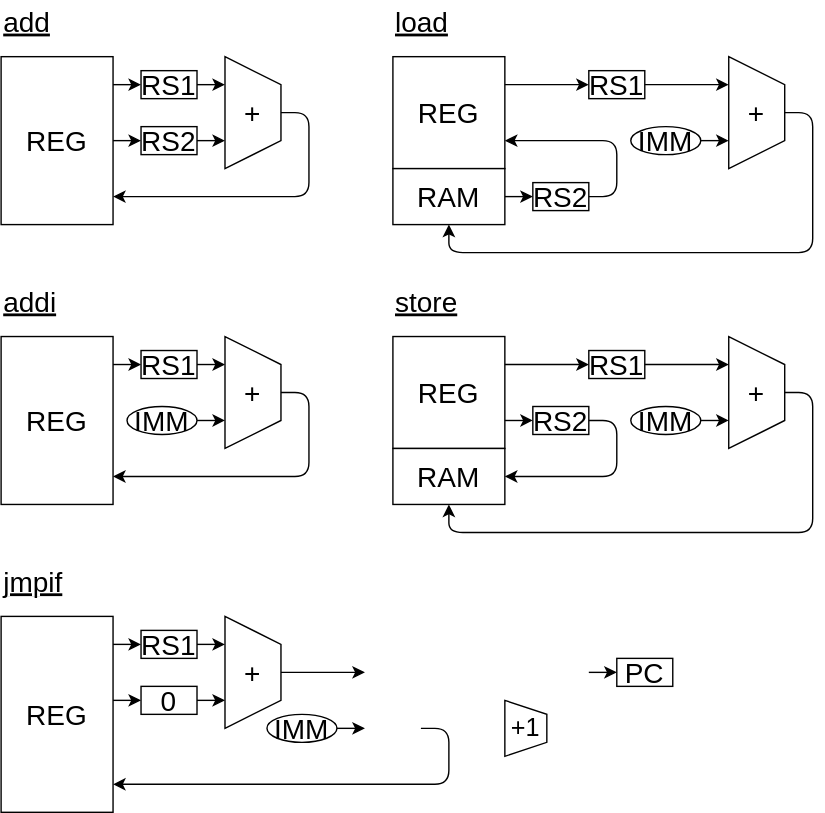
Before: Lab/Computer/RK16/01_Architecture/img/data_path.dio.svg, a diagram exported from draw.io (amane-uehara/kanade-k-1228.github.io). Source tidied: cells renumbered, new cells last; positions are measured from the earlier drawing's top-left corner, leaving out a move shared by most shapes.
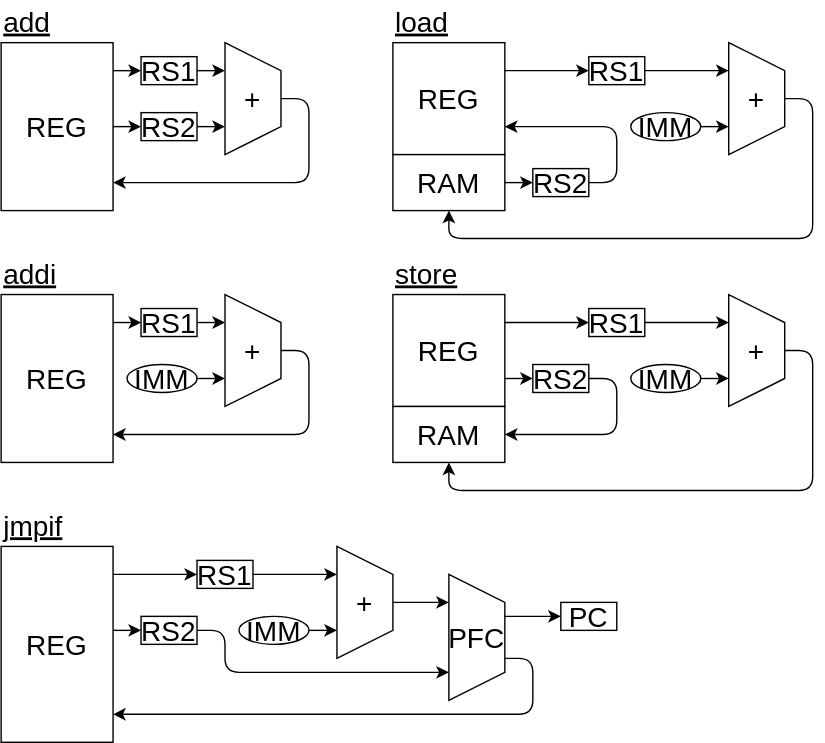
Above is the later version.

Change to the diagram source:
```diff
@@ -3,7 +3,7 @@
     <mxCell id="0" />
     <mxCell id="1" parent="0" />
     <mxCell id="2" value="add" style="text;html=1;strokeColor=none;fillColor=none;align=left;verticalAlign=middle;whiteSpace=wrap;rounded=0;fontSize=20;fontStyle=4;" parent="1" vertex="1">
-      <mxGeometry width="80" height="30" as="geometry" />
+      <mxGeometry y="10" width="80" height="30" as="geometry" />
     </mxCell>
     <mxCell id="3" value="REG" style="rounded=0;whiteSpace=wrap;html=1;fontSize=20;" parent="1" vertex="1">
       <mxGeometry y="40" width="80" height="120" as="geometry" />
@@ -22,13 +22,13 @@
       </mxGeometry>
     </mxCell>
     <mxCell id="6" value="addi" style="text;html=1;strokeColor=none;fillColor=none;align=left;verticalAlign=middle;whiteSpace=wrap;rounded=0;fontSize=20;fontStyle=4;" parent="1" vertex="1">
-      <mxGeometry y="200" width="80" height="30" as="geometry" />
+      <mxGeometry y="190" width="80" height="30" as="geometry" />
     </mxCell>
     <mxCell id="7" value="REG" style="rounded=0;whiteSpace=wrap;html=1;fontSize=20;" parent="1" vertex="1">
-      <mxGeometry y="240" width="80" height="120" as="geometry" />
+      <mxGeometry y="220" width="80" height="120" as="geometry" />
     </mxCell>
     <mxCell id="8" value="load" style="text;html=1;strokeColor=none;fillColor=none;align=left;verticalAlign=middle;whiteSpace=wrap;rounded=0;fontSize=20;fontStyle=4;" parent="1" vertex="1">
-      <mxGeometry x="280" width="80" height="30" as="geometry" />
+      <mxGeometry x="280" y="10" width="80" height="30" as="geometry" />
     </mxCell>
     <mxCell id="9" value="REG" style="rounded=0;whiteSpace=wrap;html=1;fontSize=20;" parent="1" vertex="1">
       <mxGeometry x="280" y="40" width="80" height="80" as="geometry" />
@@ -53,45 +53,30 @@
       <mxGeometry x="280" y="120" width="80" height="40" as="geometry" />
     </mxCell>
     <mxCell id="13" value="store" style="text;html=1;strokeColor=none;fillColor=none;align=left;verticalAlign=middle;whiteSpace=wrap;rounded=0;fontSize=20;fontStyle=4;" parent="1" vertex="1">
-      <mxGeometry x="280" y="200" width="80" height="30" as="geometry" />
+      <mxGeometry x="280" y="190" width="80" height="30" as="geometry" />
     </mxCell>
     <mxCell id="14" value="jmpif" style="text;html=1;strokeColor=none;fillColor=none;align=left;verticalAlign=middle;whiteSpace=wrap;rounded=0;fontSize=20;fontStyle=4;" parent="1" vertex="1">
-      <mxGeometry y="400" width="120" height="30" as="geometry" />
+      <mxGeometry y="370" width="80" height="30" as="geometry" />
     </mxCell>
     <mxCell id="15" value="REG" style="rounded=0;whiteSpace=wrap;html=1;fontSize=20;" parent="1" vertex="1">
-      <mxGeometry y="440" width="80" height="140" as="geometry" />
+      <mxGeometry y="400" width="80" height="140" as="geometry" />
     </mxCell>
-    <mxCell id="16" value="+1" style="shape=trapezoid;perimeter=trapezoidPerimeter;whiteSpace=wrap;html=1;fixedSize=1;fontSize=18;direction=south;size=10;" parent="1" vertex="1">
-      <mxGeometry x="360" y="500" width="30" height="40" as="geometry" />
-    </mxCell>
     <mxCell id="17" style="endArrow=classic;html=1;fontSize=20;" parent="1" edge="1">
       <mxGeometry relative="1" as="geometry">
-        <mxPoint x="200" y="480" as="sourcePoint" />
-        <mxPoint x="260" y="480" as="targetPoint" />
+        <mxPoint x="280" y="440" as="sourcePoint" />
+        <mxPoint x="320" y="440" as="targetPoint" />
       </mxGeometry>
     </mxCell>
-    <mxCell id="18" style="endArrow=classic;html=1;fontSize=20;" parent="1" edge="1">
-      <mxGeometry relative="1" as="geometry">
-        <mxPoint x="240" y="520" as="sourcePoint" />
-        <mxPoint x="260" y="520" as="targetPoint" />
-      </mxGeometry>
-    </mxCell>
-    <mxCell id="19" style="endArrow=classic;html=1;fontSize=20;" parent="1" edge="1">
-      <mxGeometry relative="1" as="geometry">
-        <mxPoint x="420" y="480" as="sourcePoint" />
-        <mxPoint x="440" y="480" as="targetPoint" />
-      </mxGeometry>
-    </mxCell>
     <mxCell id="20" value="PC" style="rounded=0;whiteSpace=wrap;html=1;fontSize=20;" parent="1" vertex="1">
-      <mxGeometry x="440" y="470" width="40" height="20" as="geometry" />
+      <mxGeometry x="400" y="440" width="40" height="20" as="geometry" />
     </mxCell>
     <mxCell id="21" style="endArrow=classic;html=1;fontSize=20;" parent="1" edge="1">
       <mxGeometry relative="1" as="geometry">
-        <mxPoint x="300" y="520" as="sourcePoint" />
-        <mxPoint x="80" y="560" as="targetPoint" />
+        <mxPoint x="360" y="480" as="sourcePoint" />
+        <mxPoint x="80" y="520" as="targetPoint" />
         <Array as="points">
-          <mxPoint x="320" y="520" />
-          <mxPoint x="320" y="560" />
+          <mxPoint x="380" y="480" />
+          <mxPoint x="380" y="520" />
         </Array>
       </mxGeometry>
     </mxCell>
@@ -126,37 +111,37 @@
       </mxGeometry>
     </mxCell>
     <mxCell id="28" value="+" style="shape=trapezoid;perimeter=trapezoidPerimeter;whiteSpace=wrap;html=1;fixedSize=1;fontSize=20;direction=south;" parent="1" vertex="1">
-      <mxGeometry x="160" y="240" width="40" height="80" as="geometry" />
+      <mxGeometry x="160" y="220" width="40" height="80" as="geometry" />
     </mxCell>
     <mxCell id="29" style="endArrow=classic;html=1;fontSize=20;" parent="1" edge="1">
       <mxGeometry relative="1" as="geometry">
-        <mxPoint x="200" y="280" as="sourcePoint" />
-        <mxPoint x="80" y="340" as="targetPoint" />
+        <mxPoint x="200" y="260" as="sourcePoint" />
+        <mxPoint x="80" y="320" as="targetPoint" />
         <Array as="points">
-          <mxPoint x="220" y="280" />
-          <mxPoint x="220" y="340" />
+          <mxPoint x="220" y="260" />
+          <mxPoint x="220" y="320" />
         </Array>
       </mxGeometry>
     </mxCell>
     <mxCell id="30" value="RS1" style="rounded=0;whiteSpace=wrap;html=1;fontSize=20;" parent="1" vertex="1">
-      <mxGeometry x="100" y="250" width="40" height="20" as="geometry" />
+      <mxGeometry x="100" y="230" width="40" height="20" as="geometry" />
     </mxCell>
     <mxCell id="31" style="endArrow=classic;html=1;fontSize=20;" parent="1" edge="1">
       <mxGeometry relative="1" as="geometry">
-        <mxPoint x="80" y="260" as="sourcePoint" />
-        <mxPoint x="100" y="260" as="targetPoint" />
+        <mxPoint x="80" y="240" as="sourcePoint" />
+        <mxPoint x="100" y="240" as="targetPoint" />
       </mxGeometry>
     </mxCell>
     <mxCell id="32" style="endArrow=classic;html=1;fontSize=20;" parent="1" edge="1">
       <mxGeometry relative="1" as="geometry">
-        <mxPoint x="140" y="260" as="sourcePoint" />
-        <mxPoint x="160" y="260" as="targetPoint" />
+        <mxPoint x="140" y="240" as="sourcePoint" />
+        <mxPoint x="160" y="240" as="targetPoint" />
       </mxGeometry>
     </mxCell>
     <mxCell id="33" style="endArrow=classic;html=1;fontSize=20;" parent="1" edge="1">
       <mxGeometry relative="1" as="geometry">
-        <mxPoint x="140" y="300" as="sourcePoint" />
-        <mxPoint x="160" y="300" as="targetPoint" />
+        <mxPoint x="140" y="280" as="sourcePoint" />
+        <mxPoint x="160" y="280" as="targetPoint" />
       </mxGeometry>
     </mxCell>
     <mxCell id="34" value="+" style="shape=trapezoid;perimeter=trapezoidPerimeter;whiteSpace=wrap;html=1;fixedSize=1;fontSize=20;direction=south;" parent="1" vertex="1">
@@ -198,109 +183,128 @@
       </mxGeometry>
     </mxCell>
     <mxCell id="41" value="REG" style="rounded=0;whiteSpace=wrap;html=1;fontSize=20;" parent="1" vertex="1">
-      <mxGeometry x="280" y="240" width="80" height="80" as="geometry" />
+      <mxGeometry x="280" y="220" width="80" height="80" as="geometry" />
     </mxCell>
     <mxCell id="42" value="RAM" style="rounded=0;whiteSpace=wrap;html=1;fontSize=20;" parent="1" vertex="1">
-      <mxGeometry x="280" y="320" width="80" height="40" as="geometry" />
+      <mxGeometry x="280" y="300" width="80" height="40" as="geometry" />
     </mxCell>
     <mxCell id="43" value="+" style="shape=trapezoid;perimeter=trapezoidPerimeter;whiteSpace=wrap;html=1;fixedSize=1;fontSize=20;direction=south;" parent="1" vertex="1">
-      <mxGeometry x="520" y="240" width="40" height="80" as="geometry" />
+      <mxGeometry x="520" y="220" width="40" height="80" as="geometry" />
     </mxCell>
     <mxCell id="44" style="endArrow=classic;html=1;fontSize=20;" parent="1" edge="1">
       <mxGeometry relative="1" as="geometry">
-        <mxPoint x="560" y="280" as="sourcePoint" />
-        <mxPoint x="320" y="360" as="targetPoint" />
+        <mxPoint x="560" y="260" as="sourcePoint" />
+        <mxPoint x="320" y="340" as="targetPoint" />
         <Array as="points">
-          <mxPoint x="580" y="280" />
-          <mxPoint x="580" y="380" />
-          <mxPoint x="320" y="380" />
+          <mxPoint x="580" y="260" />
+          <mxPoint x="580" y="360" />
+          <mxPoint x="320" y="360" />
         </Array>
       </mxGeometry>
     </mxCell>
     <mxCell id="45" value="RS1" style="rounded=0;whiteSpace=wrap;html=1;fontSize=20;" parent="1" vertex="1">
-      <mxGeometry x="420" y="250" width="40" height="20" as="geometry" />
+      <mxGeometry x="420" y="230" width="40" height="20" as="geometry" />
     </mxCell>
     <mxCell id="46" style="endArrow=classic;html=1;fontSize=20;" parent="1" edge="1">
       <mxGeometry relative="1" as="geometry">
-        <mxPoint x="360" y="260" as="sourcePoint" />
-        <mxPoint x="420" y="260" as="targetPoint" />
+        <mxPoint x="360" y="240" as="sourcePoint" />
+        <mxPoint x="420" y="240" as="targetPoint" />
       </mxGeometry>
     </mxCell>
     <mxCell id="47" style="endArrow=classic;html=1;fontSize=20;" parent="1" edge="1">
       <mxGeometry relative="1" as="geometry">
-        <mxPoint x="460" y="260" as="sourcePoint" />
-        <mxPoint x="520" y="260" as="targetPoint" />
+        <mxPoint x="460" y="240" as="sourcePoint" />
+        <mxPoint x="520" y="240" as="targetPoint" />
       </mxGeometry>
     </mxCell>
     <mxCell id="48" style="endArrow=classic;html=1;fontSize=20;" parent="1" edge="1">
       <mxGeometry relative="1" as="geometry">
-        <mxPoint x="500" y="300" as="sourcePoint" />
-        <mxPoint x="520" y="300" as="targetPoint" />
+        <mxPoint x="500" y="280" as="sourcePoint" />
+        <mxPoint x="520" y="280" as="targetPoint" />
       </mxGeometry>
     </mxCell>
     <mxCell id="49" style="endArrow=classic;html=1;fontSize=20;" parent="1" edge="1">
       <mxGeometry relative="1" as="geometry">
-        <mxPoint x="420" y="300" as="sourcePoint" />
-        <mxPoint x="360" y="340" as="targetPoint" />
+        <mxPoint x="420" y="280" as="sourcePoint" />
+        <mxPoint x="360" y="320" as="targetPoint" />
         <Array as="points">
-          <mxPoint x="440" y="300" />
-          <mxPoint x="440" y="340" />
+          <mxPoint x="440" y="280" />
+          <mxPoint x="440" y="320" />
         </Array>
       </mxGeometry>
     </mxCell>
     <mxCell id="50" style="endArrow=classic;html=1;fontSize=20;" parent="1" edge="1">
       <mxGeometry relative="1" as="geometry">
-        <mxPoint x="360" y="300" as="sourcePoint" />
-        <mxPoint x="380" y="300" as="targetPoint" />
+        <mxPoint x="360" y="280" as="sourcePoint" />
+        <mxPoint x="380" y="280" as="targetPoint" />
       </mxGeometry>
     </mxCell>
     <mxCell id="51" value="RS2" style="rounded=0;whiteSpace=wrap;html=1;fontSize=20;" parent="1" vertex="1">
-      <mxGeometry x="380" y="290" width="40" height="20" as="geometry" />
+      <mxGeometry x="380" y="270" width="40" height="20" as="geometry" />
     </mxCell>
     <mxCell id="52" value="IMM" style="ellipse;whiteSpace=wrap;html=1;fontSize=20;" parent="1" vertex="1">
       <mxGeometry x="450" y="90" width="50" height="20" as="geometry" />
     </mxCell>
     <mxCell id="53" value="IMM" style="ellipse;whiteSpace=wrap;html=1;fontSize=20;" parent="1" vertex="1">
-      <mxGeometry x="90" y="290" width="50" height="20" as="geometry" />
+      <mxGeometry x="90" y="270" width="50" height="20" as="geometry" />
     </mxCell>
     <mxCell id="54" value="IMM" style="ellipse;whiteSpace=wrap;html=1;fontSize=20;" parent="1" vertex="1">
-      <mxGeometry x="450" y="290" width="50" height="20" as="geometry" />
+      <mxGeometry x="450" y="270" width="50" height="20" as="geometry" />
     </mxCell>
-    <mxCell id="55" value="IMM" style="ellipse;whiteSpace=wrap;html=1;fontSize=20;" parent="1" vertex="1">
-      <mxGeometry x="190" y="510" width="50" height="20" as="geometry" />
-    </mxCell>
+    <mxCell id="63" value="PFC" style="shape=trapezoid;perimeter=trapezoidPerimeter;whiteSpace=wrap;html=1;fixedSize=1;fontSize=20;direction=south;" parent="1" vertex="1">
+      <mxGeometry x="320" y="420" width="40" height="90" as="geometry" />
+    </mxCell>
     <mxCell id="56" value="+" style="shape=trapezoid;perimeter=trapezoidPerimeter;whiteSpace=wrap;html=1;fixedSize=1;fontSize=20;direction=south;" parent="1" vertex="1">
-      <mxGeometry x="160" y="440" width="40" height="80" as="geometry" />
+      <mxGeometry x="240" y="400" width="40" height="80" as="geometry" />
     </mxCell>
     <mxCell id="57" value="RS1" style="rounded=0;whiteSpace=wrap;html=1;fontSize=20;" parent="1" vertex="1">
-      <mxGeometry x="100" y="450" width="40" height="20" as="geometry" />
+      <mxGeometry x="140" y="410" width="40" height="20" as="geometry" />
     </mxCell>
-    <mxCell id="58" style="endArrow=classic;html=1;fontSize=20;" parent="1" edge="1">
-      <mxGeometry relative="1" as="geometry">
-        <mxPoint x="80" y="460" as="sourcePoint" />
-        <mxPoint x="100" y="460" as="targetPoint" />
-      </mxGeometry>
-    </mxCell>
-    <mxCell id="59" style="endArrow=classic;html=1;fontSize=20;" parent="1" edge="1">
-      <mxGeometry relative="1" as="geometry">
-        <mxPoint x="80" y="500" as="sourcePoint" />
-        <mxPoint x="100" y="500" as="targetPoint" />
-      </mxGeometry>
-    </mxCell>
-    <mxCell id="60" style="endArrow=classic;html=1;fontSize=20;" parent="1" edge="1">
-      <mxGeometry relative="1" as="geometry">
-        <mxPoint x="140" y="460" as="sourcePoint" />
-        <mxPoint x="160" y="460" as="targetPoint" />
-      </mxGeometry>
-    </mxCell>
-    <mxCell id="61" value="0" style="rounded=0;whiteSpace=wrap;html=1;fontSize=20;" parent="1" vertex="1">
-      <mxGeometry x="100" y="490" width="40" height="20" as="geometry" />
-    </mxCell>
-    <mxCell id="62" style="endArrow=classic;html=1;fontSize=20;" parent="1" edge="1">
-      <mxGeometry relative="1" as="geometry">
-        <mxPoint x="140" y="500" as="sourcePoint" />
-        <mxPoint x="160" y="500" as="targetPoint" />
-      </mxGeometry>
-    </mxCell>
+    <mxCell id="64" style="endArrow=classic;html=1;fontSize=20;" parent="1" edge="1">
+      <mxGeometry relative="1" as="geometry">
+        <mxPoint x="80" y="420" as="sourcePoint" />
+        <mxPoint x="140" y="420" as="targetPoint" />
+      </mxGeometry>
+    </mxCell>
+    <mxCell id="65" style="endArrow=classic;html=1;fontSize=20;" parent="1" edge="1">
+      <mxGeometry relative="1" as="geometry">
+        <mxPoint x="180" y="420" as="sourcePoint" />
+        <mxPoint x="240" y="420" as="targetPoint" />
+      </mxGeometry>
+    </mxCell>
+    <mxCell id="66" style="endArrow=classic;html=1;fontSize=20;" parent="1" edge="1">
+      <mxGeometry relative="1" as="geometry">
+        <mxPoint x="220" y="460" as="sourcePoint" />
+        <mxPoint x="240" y="460" as="targetPoint" />
+      </mxGeometry>
+    </mxCell>
+    <mxCell id="67" style="endArrow=classic;html=1;fontSize=20;" parent="1" edge="1">
+      <mxGeometry relative="1" as="geometry">
+        <mxPoint x="140" y="460" as="sourcePoint" />
+        <mxPoint x="320" y="490" as="targetPoint" />
+        <Array as="points">
+          <mxPoint x="160" y="460" />
+          <mxPoint x="160" y="490" />
+        </Array>
+      </mxGeometry>
+    </mxCell>
+    <mxCell id="68" style="endArrow=classic;html=1;fontSize=20;" parent="1" edge="1">
+      <mxGeometry relative="1" as="geometry">
+        <mxPoint x="80" y="460" as="sourcePoint" />
+        <mxPoint x="100" y="460" as="targetPoint" />
+      </mxGeometry>
+    </mxCell>
+    <mxCell id="69" value="RS2" style="rounded=0;whiteSpace=wrap;html=1;fontSize=20;" parent="1" vertex="1">
+      <mxGeometry x="100" y="450" width="40" height="20" as="geometry" />
+    </mxCell>
+    <mxCell id="55" value="IMM" style="ellipse;whiteSpace=wrap;html=1;fontSize=20;" parent="1" vertex="1">
+      <mxGeometry x="170" y="450" width="50" height="20" as="geometry" />
+    </mxCell>
+    <mxCell id="70" style="endArrow=classic;html=1;fontSize=20;" parent="1" edge="1">
+      <mxGeometry relative="1" as="geometry">
+        <mxPoint x="360" y="450" as="sourcePoint" />
+        <mxPoint x="400" y="450" as="targetPoint" />
+      </mxGeometry>
+    </mxCell>
   </root>
 </mxGraphModel>
```
